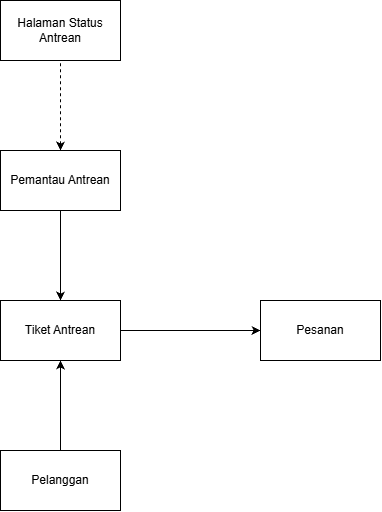
Earlier version of the draw.io export docs/M4/assets/diagram/Diagram Kelas Use Case UC03.png (hehey304/IF2150-RPL-K01-G10). Source tidied: cells renumbered, new cells last; positions are measured from the earlier drawing's top-left corner, leaving out a move shared by most shapes.
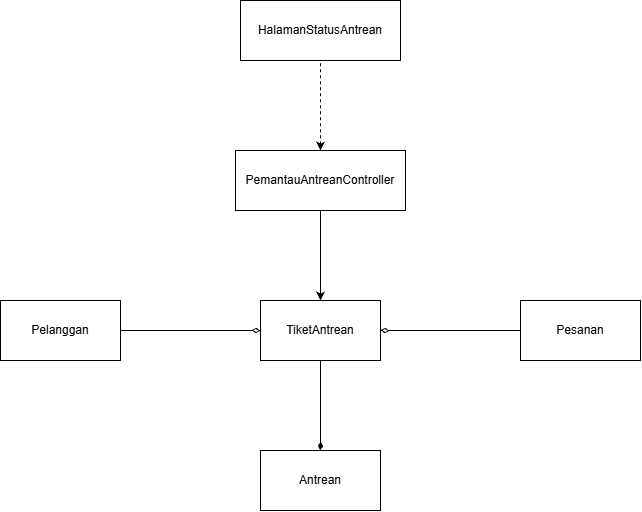
Later version of the same file.

Commit message:
fix: Memperbaiki diagram UC03, UC12, UC15

What changed in the source:
```diff
@@ -5,33 +5,39 @@
     <mxCell id="2" style="endArrow=none;dashed=1;html=1;rounded=0;entryX=0.5;entryY=1;entryDx=0;entryDy=0;startArrow=classic;startFill=1;exitX=0.5;exitY=0;exitDx=0;exitDy=0;" parent="1" edge="1" source="4" target="3">
       <mxGeometry relative="1" as="geometry" />
     </mxCell>
-    <mxCell id="3" value="Halaman Status Antrean" style="rounded=0;whiteSpace=wrap;html=1;" parent="1" vertex="1">
-      <mxGeometry width="120" height="60" as="geometry" />
+    <mxCell id="3" value="HalamanStatusAntrean" style="rounded=0;whiteSpace=wrap;html=1;" parent="1" vertex="1">
+      <mxGeometry x="95" y="10" width="160" height="60" as="geometry" />
     </mxCell>
-    <mxCell id="4" value="Pemantau Antrean" style="rounded=0;whiteSpace=wrap;html=1;" parent="1" vertex="1">
-      <mxGeometry y="150" width="120" height="60" as="geometry" />
+    <mxCell id="4" value="PemantauAntreanController" style="rounded=0;whiteSpace=wrap;html=1;" parent="1" vertex="1">
+      <mxGeometry x="90" y="160" width="170" height="60" as="geometry" />
     </mxCell>
     <mxCell id="5" style="endArrow=classic;html=1;rounded=0;entryX=0.5;entryY=0;entryDx=0;entryDy=0;exitX=0.5;exitY=1;exitDx=0;exitDy=0;" parent="1" edge="1" source="4">
       <mxGeometry relative="1" as="geometry">
-        <mxPoint x="60" y="300" as="targetPoint" />
+        <mxPoint x="175" y="310" as="targetPoint" />
       </mxGeometry>
     </mxCell>
     <mxCell id="6" value="Pesanan" style="rounded=0;whiteSpace=wrap;html=1;" parent="1" vertex="1">
-      <mxGeometry x="260" y="300" width="120" height="60" as="geometry" />
+      <mxGeometry x="375" y="310" width="120" height="60" as="geometry" />
     </mxCell>
-    <mxCell id="7" style="endArrow=classic;html=1;rounded=0;exitX=1;exitY=0.5;exitDx=0;exitDy=0;entryX=0;entryY=0.5;entryDx=0;entryDy=0;" parent="1" edge="1" target="6">
+    <mxCell id="7" style="endArrow=none;html=1;rounded=0;exitX=1;exitY=0.5;exitDx=0;exitDy=0;entryX=0;entryY=0.5;entryDx=0;entryDy=0;startArrow=diamondThin;startFill=0;endFill=0;" parent="1" edge="1" target="6">
       <mxGeometry relative="1" as="geometry">
-        <mxPoint x="120" y="330" as="sourcePoint" />
+        <mxPoint x="235" y="340" as="sourcePoint" />
       </mxGeometry>
     </mxCell>
-    <mxCell id="8" value="Tiket Antrean" style="rounded=0;whiteSpace=wrap;html=1;" parent="1" vertex="1">
-      <mxGeometry y="300" width="120" height="60" as="geometry" />
+    <mxCell id="8" value="TiketAntrean" style="rounded=0;whiteSpace=wrap;html=1;" parent="1" vertex="1">
+      <mxGeometry x="115" y="310" width="120" height="60" as="geometry" />
     </mxCell>
     <mxCell id="9" value="Pelanggan" style="rounded=0;whiteSpace=wrap;html=1;" parent="1" vertex="1">
-      <mxGeometry y="450" width="120" height="60" as="geometry" />
+      <mxGeometry x="-145" y="310" width="120" height="60" as="geometry" />
     </mxCell>
-    <mxCell id="10" style="endArrow=classic;html=1;rounded=0;exitX=0.5;exitY=0;exitDx=0;exitDy=0;entryX=0.5;entryY=1;entryDx=0;entryDy=0;" parent="1" edge="1" source="9" target="8">
+    <mxCell id="10" style="endArrow=diamondThin;html=1;rounded=0;exitX=1;exitY=0.5;exitDx=0;exitDy=0;entryX=0;entryY=0.5;entryDx=0;entryDy=0;endFill=0;" parent="1" edge="1" source="9" target="8">
       <mxGeometry relative="1" as="geometry" />
     </mxCell>
+    <mxCell id="11" value="Antrean" style="rounded=0;whiteSpace=wrap;html=1;" parent="1" vertex="1">
+      <mxGeometry x="115" y="460" width="120" height="60" as="geometry" />
+    </mxCell>
+    <mxCell id="12" style="endArrow=none;html=1;rounded=0;exitX=0.5;exitY=0;exitDx=0;exitDy=0;entryX=0.5;entryY=1;entryDx=0;entryDy=0;startArrow=diamondThin;startFill=1;endFill=0;" parent="1" edge="1" source="11" target="8">
+      <mxGeometry relative="1" as="geometry" />
+    </mxCell>
   </root>
 </mxGraphModel>
```
